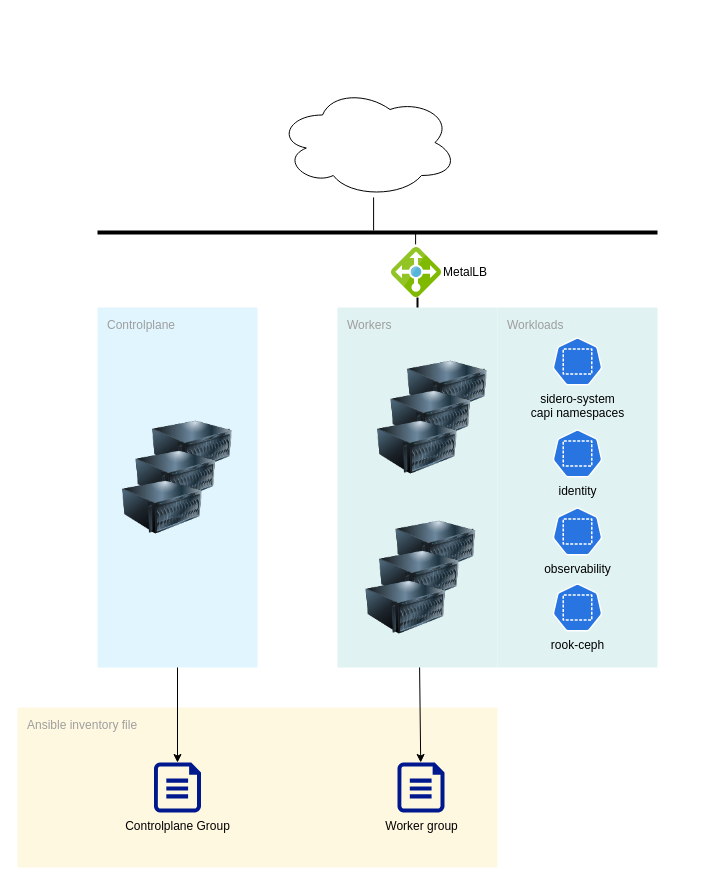
Earlier version of the draw.io diagram day-0/architecture.drawio (mgrzybek/talos-ansible-playbooks). Source tidied: cells renumbered, new cells numbered last; positions are measured from the earlier drawing's top-left corner, leaving out a move shared by most shapes. Both pictures are drawn from the tidied source at 100%, with x=0, y=0 at pixel (17, 87).
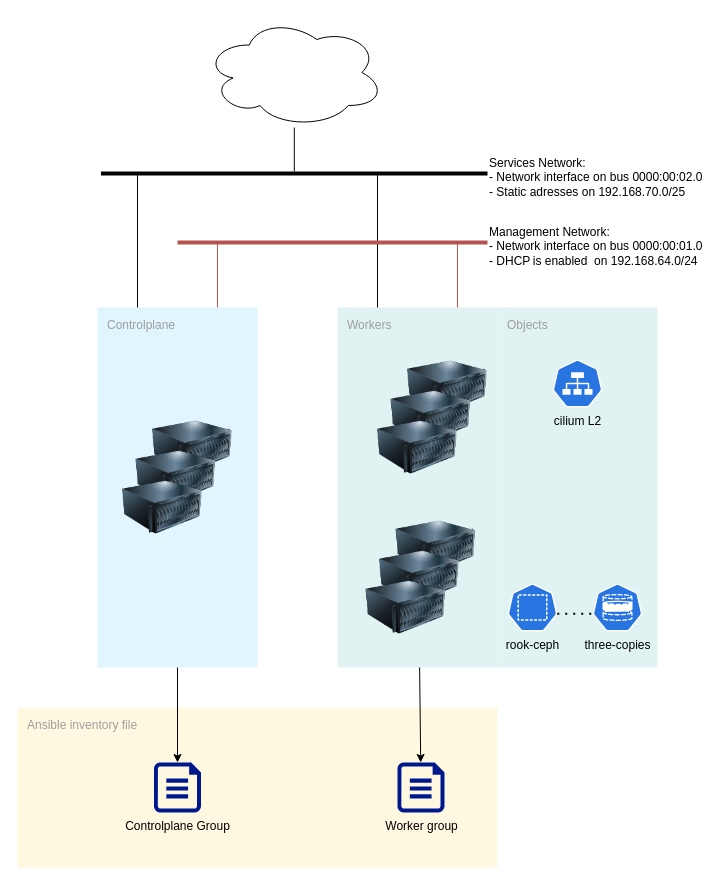
The same diagram, later.

Unchanged cells that the change refers to:
```xml
<mxCell id="3" value="Controlplane" style="sketch=0;points=[[0,0,0],[0.25,0,0],[0.5,0,0],[0.75,0,0],[1,0,0],[1,0.25,0],[1,0.5,0],[1,0.75,0],[1,1,0],[0.75,1,0],[0.5,1,0],[0.25,1,0],[0,1,0],[0,0.75,0],[0,0.5,0],[0,0.25,0]];rounded=1;absoluteArcSize=1;arcSize=2;html=1;strokeColor=none;gradientColor=none;shadow=0;dashed=0;fontSize=12;fontColor=#9E9E9E;align=left;verticalAlign=top;spacing=10;spacingTop=-4;fillColor=#E1F5FE;" parent="1" vertex="1">
  <mxGeometry x="80" y="220" width="160" height="360" as="geometry" />
</mxCell>
<mxCell id="4" value="Workers" style="sketch=0;points=[[0,0,0],[0.25,0,0],[0.5,0,0],[0.75,0,0],[1,0,0],[1,0.25,0],[1,0.5,0],[1,0.75,0],[1,1,0],[0.75,1,0],[0.5,1,0],[0.25,1,0],[0,1,0],[0,0.75,0],[0,0.5,0],[0,0.25,0]];rounded=1;absoluteArcSize=1;arcSize=2;html=1;strokeColor=none;gradientColor=none;shadow=0;dashed=0;fontSize=12;fontColor=#9E9E9E;align=left;verticalAlign=top;spacing=10;spacingTop=-4;fillColor=#E0F2F1;" parent="1" vertex="1">
  <mxGeometry x="320" y="220" width="160" height="360" as="geometry" />
</mxCell>
```

Diff of the diagram source:
```diff
@@
-    <mxCell id="18" value="Workloads" style="sketch=0;rounded=1;absoluteArcSize=1;arcSize=2;html=1;strokeColor=none;gradientColor=none;shadow=0;dashed=0;fontSize=12;fontColor=#9E9E9E;align=left;verticalAlign=top;spacing=10;spacingTop=-4;fillColor=#E0F2F1;" parent="1" vertex="1">
+    <mxCell id="18" value="Objects" style="sketch=0;rounded=1;absoluteArcSize=1;arcSize=2;html=1;strokeColor=none;gradientColor=none;shadow=0;dashed=0;fontSize=12;fontColor=#9E9E9E;align=left;verticalAlign=top;spacing=10;spacingTop=-4;fillColor=#E0F2F1;" parent="1" vertex="1">
       <mxGeometry x="480" y="220" width="160" height="360" as="geometry" />
     </mxCell>
-    <mxCell id="19" value="sidero-system&lt;br&gt;capi namespaces" style="sketch=0;html=1;dashed=0;whitespace=wrap;fillColor=#2875E2;strokeColor=#ffffff;verticalLabelPosition=bottom;align=center;verticalAlign=top;shape=mxgraph.kubernetes.icon;prIcon=ns;" parent="1" vertex="1">
-      <mxGeometry x="535" y="250" width="50" height="48" as="geometry" />
-    </mxCell>
     <mxCell id="20" value="rook-ceph" style="sketch=0;html=1;dashed=0;whitespace=wrap;fillColor=#2875E2;strokeColor=#ffffff;points=[[0.005,0.63,0],[0.1,0.2,0],[0.9,0.2,0],[0.5,0,0],[0.995,0.63,0],[0.72,0.99,0],[0.5,1,0],[0.28,0.99,0]];verticalLabelPosition=bottom;align=center;verticalAlign=top;shape=mxgraph.kubernetes.icon;prIcon=ns;" parent="1" vertex="1">
-      <mxGeometry x="535" y="496" width="50" height="48" as="geometry" />
+      <mxGeometry x="490" y="496" width="50" height="48" as="geometry" />
     </mxCell>
-    <mxCell id="21" value="observability" style="sketch=0;html=1;dashed=0;whitespace=wrap;fillColor=#2875E2;strokeColor=#ffffff;verticalLabelPosition=bottom;align=center;verticalAlign=top;shape=mxgraph.kubernetes.icon;prIcon=ns;" parent="1" vertex="1">
-      <mxGeometry x="535" y="420" width="50" height="48" as="geometry" />
-    </mxCell>
-    <mxCell id="22" value="identity" style="sketch=0;html=1;dashed=0;whitespace=wrap;fillColor=#2875E2;strokeColor=#ffffff;verticalLabelPosition=bottom;align=center;verticalAlign=top;shape=mxgraph.kubernetes.icon;prIcon=ns;" parent="1" vertex="1">
-      <mxGeometry x="535" y="342" width="50" height="48" as="geometry" />
-    </mxCell>
-    <mxCell id="23" value="MetalLB&amp;nbsp;" style="sketch=0;html=1;points=[];align=left;image;fontSize=12;image=img/lib/mscae/Load_Balancer_feature.svg;labelPosition=right;verticalLabelPosition=middle;verticalAlign=middle;" parent="1" vertex="1">
-      <mxGeometry x="374" y="160" width="50" height="50" as="geometry" />
-    </mxCell>
-    <mxCell id="24" style="endArrow=none;html=1;strokeWidth=2;" parent="1" edge="1" source="23" target="4">
-      <mxGeometry relative="1" as="geometry">
-        <Array as="points">
-          <mxPoint x="400" y="210" />
-        </Array>
-      </mxGeometry>
-    </mxCell>
     <mxCell id="25" style="ellipse;shape=cloud;whiteSpace=wrap;html=1;" parent="1" vertex="1">
-      <mxGeometry x="260" width="180" height="110" as="geometry" />
+      <mxGeometry x="186.8" y="-70" width="180" height="110" as="geometry" />
     </mxCell>
-    <mxCell id="26" style="line;strokeWidth=4;html=1;perimeter=backbonePerimeter;points=[];outlineConnect=0;" parent="1" vertex="1">
-      <mxGeometry x="80" y="140" width="560" height="10" as="geometry" />
+    <mxCell id="26" value="&lt;div style=&quot;text-align: justify;&quot;&gt;Services Network:&lt;/div&gt;&lt;div style=&quot;text-align: justify;&quot;&gt;- Network interface on bus&amp;nbsp;0000:00:02.0&lt;/div&gt;&lt;div style=&quot;text-align: justify;&quot;&gt;- Static adresses on 192.168.70.0/25&lt;/div&gt;" style="line;strokeWidth=4;html=1;perimeter=backbonePerimeter;points=[];outlineConnect=0;labelPosition=right;verticalLabelPosition=middle;align=left;verticalAlign=middle;" parent="1" vertex="1">
+      <mxGeometry x="83.5" y="81" width="386.5" height="10" as="geometry" />
     </mxCell>
-    <mxCell id="27" style="endArrow=none;html=1;entryX=0.482;entryY=-0.062;entryDx=0;entryDy=0;entryPerimeter=0;" parent="1" edge="1" source="26" target="23">
+    <mxCell id="27" style="endArrow=none;html=1;entryX=0.25;entryY=0;entryDx=0;entryDy=0;entryPerimeter=0;" parent="1" edge="1" source="26" target="4">
       <mxGeometry relative="1" as="geometry" />
     </mxCell>
@@
+    <mxCell id="29" value="&lt;div style=&quot;text-align: justify;&quot;&gt;Management Network:&lt;/div&gt;&lt;div style=&quot;text-align: justify;&quot;&gt;- Network interface on bus&amp;nbsp;0000:00:01.0&lt;/div&gt;&lt;div style=&quot;text-align: justify;&quot;&gt;- DHCP is enabled&amp;nbsp; on 192.168.64.0/24&lt;/div&gt;" style="line;strokeWidth=4;html=1;perimeter=backbonePerimeter;points=[];outlineConnect=0;fillColor=#f8cecc;strokeColor=#b85450;labelPosition=right;verticalLabelPosition=middle;align=left;verticalAlign=middle;" parent="1" vertex="1">
+      <mxGeometry x="160" y="150" width="310" height="10" as="geometry" />
+    </mxCell>
+    <mxCell id="30" style="endArrow=none;html=1;fillColor=#f8cecc;strokeColor=#b85450;exitX=0.75;exitY=0;exitDx=0;exitDy=0;exitPerimeter=0;" parent="1" edge="1" source="3" target="29">
+      <mxGeometry relative="1" as="geometry" />
+    </mxCell>
+    <mxCell id="31" style="endArrow=none;html=1;fillColor=#f8cecc;strokeColor=#b85450;exitX=0.75;exitY=0;exitDx=0;exitDy=0;exitPerimeter=0;" parent="1" edge="1" source="4" target="29">
+      <mxGeometry relative="1" as="geometry" />
+    </mxCell>
+    <mxCell id="32" style="endArrow=none;html=1;exitX=0.25;exitY=0;exitDx=0;exitDy=0;exitPerimeter=0;" parent="1" edge="1" source="3" target="26">
+      <mxGeometry relative="1" as="geometry" />
+    </mxCell>
+    <mxCell id="33" value="three-copies" style="sketch=0;html=1;dashed=0;whitespace=wrap;fillColor=#2875E2;strokeColor=#ffffff;points=[[0.005,0.63,0],[0.1,0.2,0],[0.9,0.2,0],[0.5,0,0],[0.995,0.63,0],[0.72,0.99,0],[0.5,1,0],[0.28,0.99,0]];verticalLabelPosition=bottom;align=center;verticalAlign=top;shape=mxgraph.kubernetes.icon;prIcon=sc;" parent="1" vertex="1">
+      <mxGeometry x="575" y="496" width="50" height="48" as="geometry" />
+    </mxCell>
+    <mxCell id="34" style="endArrow=none;dashed=1;html=1;dashPattern=1 3;strokeWidth=2;entryX=0.005;entryY=0.63;entryDx=0;entryDy=0;entryPerimeter=0;exitX=0.995;exitY=0.63;exitDx=0;exitDy=0;exitPerimeter=0;" parent="1" edge="1" source="20" target="33">
+      <mxGeometry relative="1" as="geometry" />
+    </mxCell>
+    <mxCell id="35" value="cilium L2" style="sketch=0;html=1;dashed=0;whitespace=wrap;fillColor=#2875E2;strokeColor=#ffffff;verticalLabelPosition=bottom;align=center;verticalAlign=top;shape=mxgraph.kubernetes.icon;prIcon=svc;" parent="1" vertex="1">
+      <mxGeometry x="535" y="272" width="50" height="48" as="geometry" />
+    </mxCell>
```
